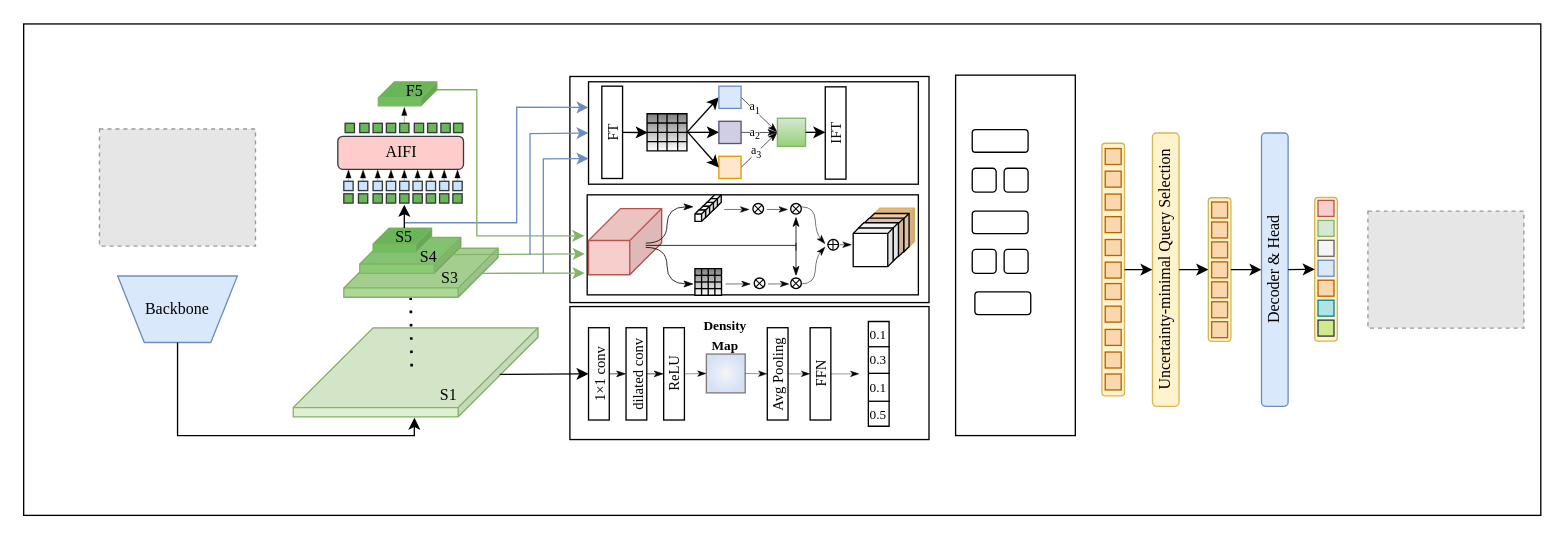
The draw.io diagram DrawIO_file/毕业论文画图/HDT-DETR.drawio in DingDongZz/typera_PicGO, before the edit. Source tidied: cells renumbered, new cells numbered last; positions are measured from the earlier drawing's top-left corner, leaving out a move shared by most shapes. Both pictures are drawn from the tidied source at 133%, with x=0, y=0 at pixel (23, 23). Pictures stored in the file or linked from it are replaced by grey dashed boxes.
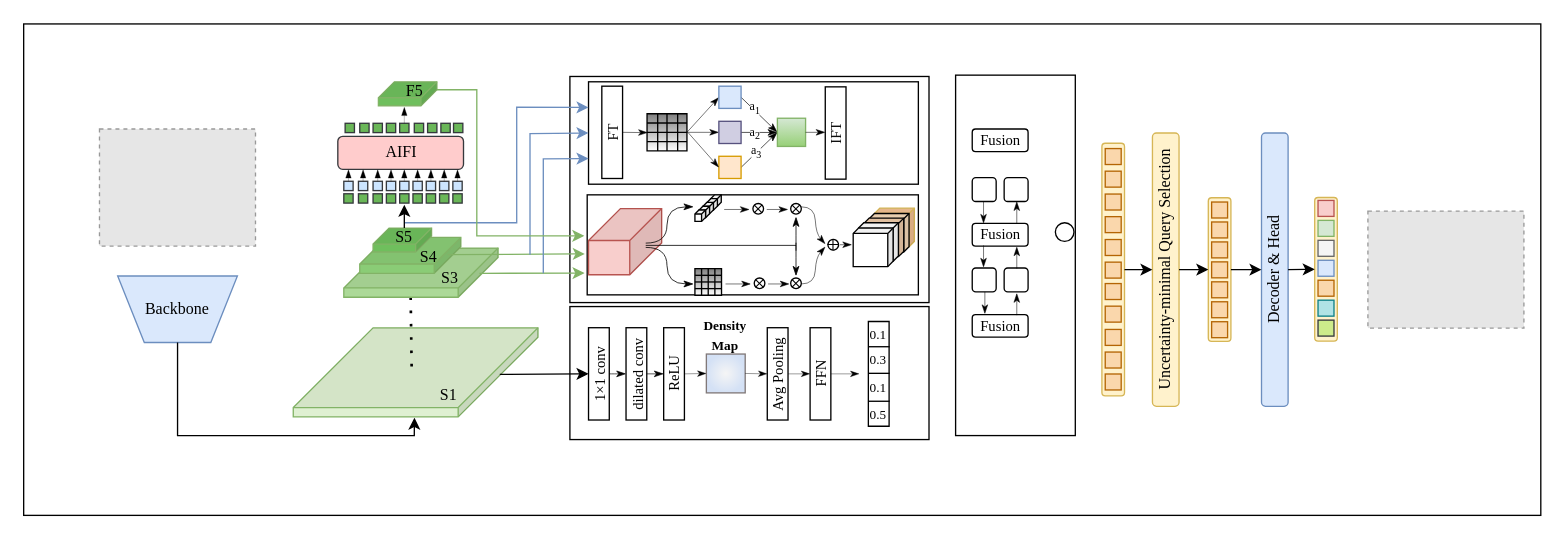
The same page after the edit.

The change refers to these unchanged cells:
```xml
<mxCell id="136" style="group;" parent="1" vertex="1">
  <mxGeometry x="425" y="44" width="248" height="77" as="geometry" />
</mxCell>
<mxCell id="138" value="&lt;p style=&quot;margin: 0px; font-variant-numeric: normal; font-variant-east-asian: normal; font-variant-alternates: normal; font-size-adjust: none; font-kerning: auto; font-optical-sizing: auto; font-feature-settings: normal; font-variation-settings: normal; font-variant-position: normal; font-variant-emoji: normal; font-stretch: normal; line-height: normal; color: rgb(14, 14, 14); text-align: start;&quot; class=&quot;p1&quot;&gt;&lt;font style=&quot;font-size: 11px;&quot; face=&quot;Times New Roman&quot;&gt;FT&lt;/font&gt;&lt;/p&gt;" style="rounded=0;whiteSpace=wrap;html=1;horizontal=0;" parent="136" vertex="1">
  <mxGeometry x="10" y="3.3" width="15.6" height="69.4" as="geometry" />
</mxCell>
<mxCell id="141" style="shape=table;startSize=0;childLayout=tableLayout;fontSize=16;gradientColor=#808080;gradientDirection=north;" parent="136" vertex="1">
  <mxGeometry x="44" y="24" width="30" height="28" as="geometry" />
</mxCell>
<mxCell id="152" style="shape=tableRow;horizontal=0;startSize=0;swimlaneHead=0;swimlaneBody=0;strokeColor=inherit;top=0;left=0;bottom=0;right=0;fillColor=none;points=[[0,0.5],[1,0.5]];portConstraint=eastwest;fontSize=16;" parent="141" vertex="1">
  <mxGeometry y="14" width="30" height="7" as="geometry" />
</mxCell>
<mxCell id="165" style="whiteSpace=wrap;html=1;fillColor=#dae8fc;strokeColor=#6c8ebf;" parent="136" vertex="1">
  <mxGeometry x="98" y="3.3" width="16.7" height="16.7" as="geometry" />
</mxCell>
<mxCell id="168" style="whiteSpace=wrap;html=1;fontStyle=1;fillColor=#d0cee2;strokeColor=#56517e;" parent="136" vertex="1">
  <mxGeometry x="98" y="29.7" width="16.7" height="16.7" as="geometry" />
</mxCell>
<mxCell id="171" style="whiteSpace=wrap;html=1;fillColor=#ffe6cc;strokeColor=#d79b00;" parent="136" vertex="1">
  <mxGeometry x="98" y="56" width="16.7" height="16.7" as="geometry" />
</mxCell>
<mxCell id="173" style="whiteSpace=wrap;html=1;fontStyle=1;fillColor=#d5e8d4;strokeColor=#82b366;gradientColor=#97d077;" parent="136" vertex="1">
  <mxGeometry x="142" y="27.4" width="21.2" height="21.2" as="geometry" />
</mxCell>
<mxCell id="174" value="&lt;p style=&quot;margin: 0px; font-variant-numeric: normal; font-variant-east-asian: normal; font-variant-alternates: normal; font-size-adjust: none; font-kerning: auto; font-optical-sizing: auto; font-feature-settings: normal; font-variation-settings: normal; font-variant-position: normal; font-variant-emoji: normal; font-stretch: normal; line-height: normal; color: rgb(14, 14, 14); text-align: start;&quot; class=&quot;p1&quot;&gt;&lt;font style=&quot;font-size: 11px;&quot; face=&quot;Times New Roman&quot;&gt;IFT&lt;/font&gt;&lt;/p&gt;" style="rounded=0;whiteSpace=wrap;html=1;horizontal=0;" parent="136" vertex="1">
  <mxGeometry x="178" y="3.8" width="15.6" height="69.4" as="geometry" />
</mxCell>
```

The edit, as a diff of the source:
```diff
@@
-    <mxCell id="139" style="rounded=0;jettySize=auto;html=1;exitX=1;exitY=0.5;exitDx=0;exitDy=0;entryX=0;entryY=0.5;entryDx=0;entryDy=0;" parent="136" edge="1" source="141" target="165">
+    <mxCell id="139" style="rounded=0;jettySize=auto;html=1;exitX=1;exitY=0.5;exitDx=0;exitDy=0;entryX=0;entryY=0.5;entryDx=0;entryDy=0;strokeColor=default;strokeWidth=0.4;align=center;verticalAlign=middle;fontFamily=Helvetica;fontSize=11;fontColor=default;labelBackgroundColor=default;endArrow=classicThin;endFill=1;" parent="136" edge="1" source="141" target="165">
       <mxGeometry relative="1" as="geometry" />
     </mxCell>
-    <mxCell id="140" style="edgeStyle=orthogonalEdgeStyle;rounded=0;jettySize=auto;html=1;exitX=1;exitY=0.5;exitDx=0;exitDy=0;entryX=0;entryY=0.5;entryDx=0;entryDy=0;" parent="136" edge="1" source="141" target="168">
+    <mxCell id="140" style="edgeStyle=orthogonalEdgeStyle;rounded=0;jettySize=auto;html=1;exitX=1;exitY=0.5;exitDx=0;exitDy=0;entryX=0;entryY=0.5;entryDx=0;entryDy=0;strokeColor=default;strokeWidth=0.4;align=center;verticalAlign=middle;fontFamily=Helvetica;fontSize=11;fontColor=default;labelBackgroundColor=default;endArrow=classicThin;endFill=1;" parent="136" edge="1" source="141" target="168">
       <mxGeometry relative="1" as="geometry" />
     </mxCell>
@@
-    <mxCell id="162" style="endArrow=classic;html=1;rounded=0;exitX=1;exitY=0.5;exitDx=0;exitDy=0;entryX=0.016;entryY=0.03;entryDx=0;entryDy=0;entryPerimeter=0;" parent="136" edge="1" source="138" target="152">
+    <mxCell id="162" style="endArrow=classicThin;html=1;rounded=0;exitX=1;exitY=0.5;exitDx=0;exitDy=0;entryX=0.016;entryY=0.03;entryDx=0;entryDy=0;entryPerimeter=0;strokeColor=default;strokeWidth=0.4;align=center;verticalAlign=middle;fontFamily=Helvetica;fontSize=11;fontColor=default;labelBackgroundColor=default;endFill=1;" parent="136" edge="1" source="138" target="152">
       <mxGeometry relative="1" as="geometry" />
     </mxCell>
@@
-    <mxCell id="172" style="rounded=0;jettySize=auto;html=1;entryX=0;entryY=0.5;entryDx=0;entryDy=0;exitX=1.031;exitY=0.036;exitDx=0;exitDy=0;exitPerimeter=0;" parent="136" edge="1" source="152" target="171">
+    <mxCell id="172" style="rounded=0;jettySize=auto;html=1;entryX=0;entryY=0.5;entryDx=0;entryDy=0;exitX=1.031;exitY=0.036;exitDx=0;exitDy=0;exitPerimeter=0;strokeColor=default;strokeWidth=0.4;align=center;verticalAlign=middle;fontFamily=Helvetica;fontSize=11;fontColor=default;labelBackgroundColor=default;endArrow=classicThin;endFill=1;" parent="136" edge="1" source="152" target="171">
       <mxGeometry relative="1" as="geometry" />
     </mxCell>
@@
-    <mxCell id="175" style="edgeStyle=orthogonalEdgeStyle;rounded=0;jettySize=auto;html=1;exitX=1;exitY=0.5;exitDx=0;exitDy=0;entryX=0;entryY=0.5;entryDx=0;entryDy=0;" parent="136" edge="1" source="173" target="174">
+    <mxCell id="175" style="edgeStyle=orthogonalEdgeStyle;rounded=0;jettySize=auto;html=1;exitX=1;exitY=0.5;exitDx=0;exitDy=0;entryX=0;entryY=0.5;entryDx=0;entryDy=0;strokeColor=default;strokeWidth=0.4;align=center;verticalAlign=middle;fontFamily=Helvetica;fontSize=11;fontColor=default;labelBackgroundColor=default;endArrow=classicThin;endFill=1;" parent="136" edge="1" source="173" target="174">
       <mxGeometry relative="1" as="geometry" />
     </mxCell>
@@
-    <mxCell id="241" style="rounded=1;whiteSpace=wrap;html=1;fontFamily=Helvetica;fontSize=11;fontColor=default;labelBackgroundColor=default;" parent="1" vertex="1">
-      <mxGeometry x="713.5" y="80" width="42" height="17" as="geometry" />
+    <mxCell id="241" value="Fusion" style="rounded=1;whiteSpace=wrap;html=1;fontFamily=Times New Roman;fontSize=11;fontColor=default;labelBackgroundColor=default;" parent="1" vertex="1">
+      <mxGeometry x="713.5" y="79.5" width="42" height="17" as="geometry" />
     </mxCell>
-    <mxCell id="242" style="rounded=1;whiteSpace=wrap;html=1;fontFamily=Helvetica;fontSize=11;fontColor=default;labelBackgroundColor=default;" parent="1" vertex="1">
-      <mxGeometry x="713.5" y="141.2" width="42" height="17" as="geometry" />
+    <mxCell id="242" value="&lt;span style=&quot;font-family: &amp;quot;Times New Roman&amp;quot;;&quot;&gt;Fusion&lt;/span&gt;" style="rounded=1;whiteSpace=wrap;html=1;fontFamily=Helvetica;fontSize=11;fontColor=default;labelBackgroundColor=default;" parent="1" vertex="1">
+      <mxGeometry x="713.5" y="150.5" width="42" height="17" as="geometry" />
     </mxCell>
-    <mxCell id="243" style="rounded=1;whiteSpace=wrap;html=1;fontFamily=Helvetica;fontSize=11;fontColor=default;labelBackgroundColor=default;" parent="1" vertex="1">
-      <mxGeometry x="715.5" y="202" width="42" height="17" as="geometry" />
+    <mxCell id="243" value="&lt;span style=&quot;font-family: &amp;quot;Times New Roman&amp;quot;;&quot;&gt;Fusion&lt;/span&gt;" style="rounded=1;whiteSpace=wrap;html=1;fontFamily=Helvetica;fontSize=11;fontColor=default;labelBackgroundColor=default;" parent="1" vertex="1">
+      <mxGeometry x="713.5" y="219" width="42" height="17" as="geometry" />
     </mxCell>
     <mxCell id="244" style="rounded=1;whiteSpace=wrap;html=1;fontFamily=Helvetica;fontSize=11;fontColor=default;labelBackgroundColor=default;" parent="1" vertex="1">
-      <mxGeometry x="737.5" y="109" width="18" height="18" as="geometry" />
+      <mxGeometry x="737.5" y="116" width="18" height="18" as="geometry" />
     </mxCell>
+    <mxCell id="249" style="edgeStyle=none;shape=connector;rounded=0;orthogonalLoop=1;jettySize=auto;html=1;entryX=0.25;entryY=0;entryDx=0;entryDy=0;strokeColor=default;strokeWidth=0.4;align=center;verticalAlign=middle;fontFamily=Helvetica;fontSize=11;fontColor=default;labelBackgroundColor=default;endArrow=classicThin;endFill=1;" parent="1" edge="1">
+      <mxGeometry relative="1" as="geometry">
+        <mxPoint x="722" y="134" as="sourcePoint" />
+        <mxPoint x="722" y="150.5" as="targetPoint" />
+      </mxGeometry>
+    </mxCell>
     <mxCell id="245" style="rounded=1;whiteSpace=wrap;html=1;fontFamily=Helvetica;fontSize=11;fontColor=default;labelBackgroundColor=default;" parent="1" vertex="1">
-      <mxGeometry x="713.5" y="109" width="18" height="18" as="geometry" />
+      <mxGeometry x="713.5" y="116" width="18" height="18" as="geometry" />
     </mxCell>
     <mxCell id="246" style="rounded=1;whiteSpace=wrap;html=1;fontFamily=Helvetica;fontSize=11;fontColor=default;labelBackgroundColor=default;" parent="1" vertex="1">
-      <mxGeometry x="737.5" y="170" width="18" height="18" as="geometry" />
+      <mxGeometry x="737.5" y="184" width="18" height="18" as="geometry" />
     </mxCell>
     <mxCell id="247" style="rounded=1;whiteSpace=wrap;html=1;fontFamily=Helvetica;fontSize=11;fontColor=default;labelBackgroundColor=default;" parent="1" vertex="1">
-      <mxGeometry x="713.5" y="170" width="18" height="18" as="geometry" />
+      <mxGeometry x="713.5" y="184" width="18" height="18" as="geometry" />
     </mxCell>
@@
+    <mxCell id="250" style="ellipse;whiteSpace=wrap;html=1;fontFamily=Helvetica;fontSize=11;fontColor=default;labelBackgroundColor=default;" parent="1" vertex="1">
+      <mxGeometry x="776" y="150" width="14" height="14" as="geometry" />
+    </mxCell>
+    <mxCell id="251" style="edgeStyle=none;shape=connector;rounded=0;orthogonalLoop=1;jettySize=auto;html=1;entryX=0.25;entryY=0;entryDx=0;entryDy=0;strokeColor=default;strokeWidth=0.4;align=center;verticalAlign=middle;fontFamily=Helvetica;fontSize=11;fontColor=default;labelBackgroundColor=default;endArrow=classicThin;endFill=1;" parent="1" edge="1">
+      <mxGeometry relative="1" as="geometry">
+        <mxPoint x="747" y="150.5" as="sourcePoint" />
+        <mxPoint x="747" y="134" as="targetPoint" />
+      </mxGeometry>
+    </mxCell>
+    <mxCell id="252" style="edgeStyle=none;shape=connector;rounded=0;orthogonalLoop=1;jettySize=auto;html=1;entryX=0.25;entryY=0;entryDx=0;entryDy=0;strokeColor=default;strokeWidth=0.4;align=center;verticalAlign=middle;fontFamily=Helvetica;fontSize=11;fontColor=default;labelBackgroundColor=default;endArrow=classicThin;endFill=1;" parent="1" edge="1">
+      <mxGeometry relative="1" as="geometry">
+        <mxPoint x="747" y="184.5" as="sourcePoint" />
+        <mxPoint x="747" y="168" as="targetPoint" />
+      </mxGeometry>
+    </mxCell>
+    <mxCell id="253" style="edgeStyle=none;shape=connector;rounded=0;orthogonalLoop=1;jettySize=auto;html=1;entryX=0.25;entryY=0;entryDx=0;entryDy=0;strokeColor=default;strokeWidth=0.4;align=center;verticalAlign=middle;fontFamily=Helvetica;fontSize=11;fontColor=default;labelBackgroundColor=default;endArrow=classicThin;endFill=1;" parent="1" edge="1">
+      <mxGeometry relative="1" as="geometry">
+        <mxPoint x="722" y="167" as="sourcePoint" />
+        <mxPoint x="722" y="183.5" as="targetPoint" />
+      </mxGeometry>
+    </mxCell>
+    <mxCell id="254" style="edgeStyle=none;shape=connector;rounded=0;orthogonalLoop=1;jettySize=auto;html=1;entryX=0.25;entryY=0;entryDx=0;entryDy=0;strokeColor=default;strokeWidth=0.4;align=center;verticalAlign=middle;fontFamily=Helvetica;fontSize=11;fontColor=default;labelBackgroundColor=default;endArrow=classicThin;endFill=1;" parent="1" edge="1">
+      <mxGeometry relative="1" as="geometry">
+        <mxPoint x="747" y="219.5" as="sourcePoint" />
+        <mxPoint x="747" y="203" as="targetPoint" />
+      </mxGeometry>
+    </mxCell>
+    <mxCell id="255" style="edgeStyle=none;shape=connector;rounded=0;orthogonalLoop=1;jettySize=auto;html=1;entryX=0.25;entryY=0;entryDx=0;entryDy=0;strokeColor=default;strokeWidth=0.4;align=center;verticalAlign=middle;fontFamily=Helvetica;fontSize=11;fontColor=default;labelBackgroundColor=default;endArrow=classicThin;endFill=1;" parent="1" edge="1">
+      <mxGeometry relative="1" as="geometry">
+        <mxPoint x="723" y="202" as="sourcePoint" />
+        <mxPoint x="723" y="218.5" as="targetPoint" />
+      </mxGeometry>
+    </mxCell>
```
